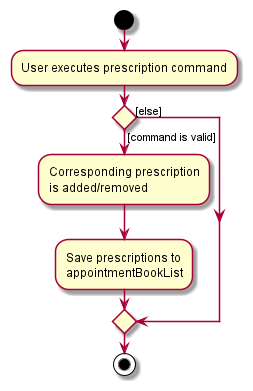
This is docs/diagrams/PrescriptionActivityDiagram.png from rish-16/tp, a PlantUML export, as it was before one commit.
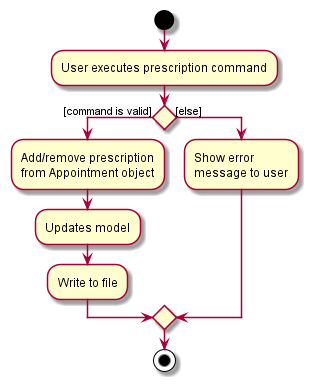
The same diagram one commit later.

What changed in the source:
```diff
@@ -4,11 +4,14 @@
 
 
 if () then ([command is valid])
-    :Corresponding prescription
-    is added/removed;
-    :Save prescriptions to
-    appointmentBookList;
+    :Add/remove prescription
+    from Appointment object;
+    :Updates model;
+    :Write to file;
 else ([else])
+    :Show error
+    message to user;
+
 endif
 stop
 @enduml
```
